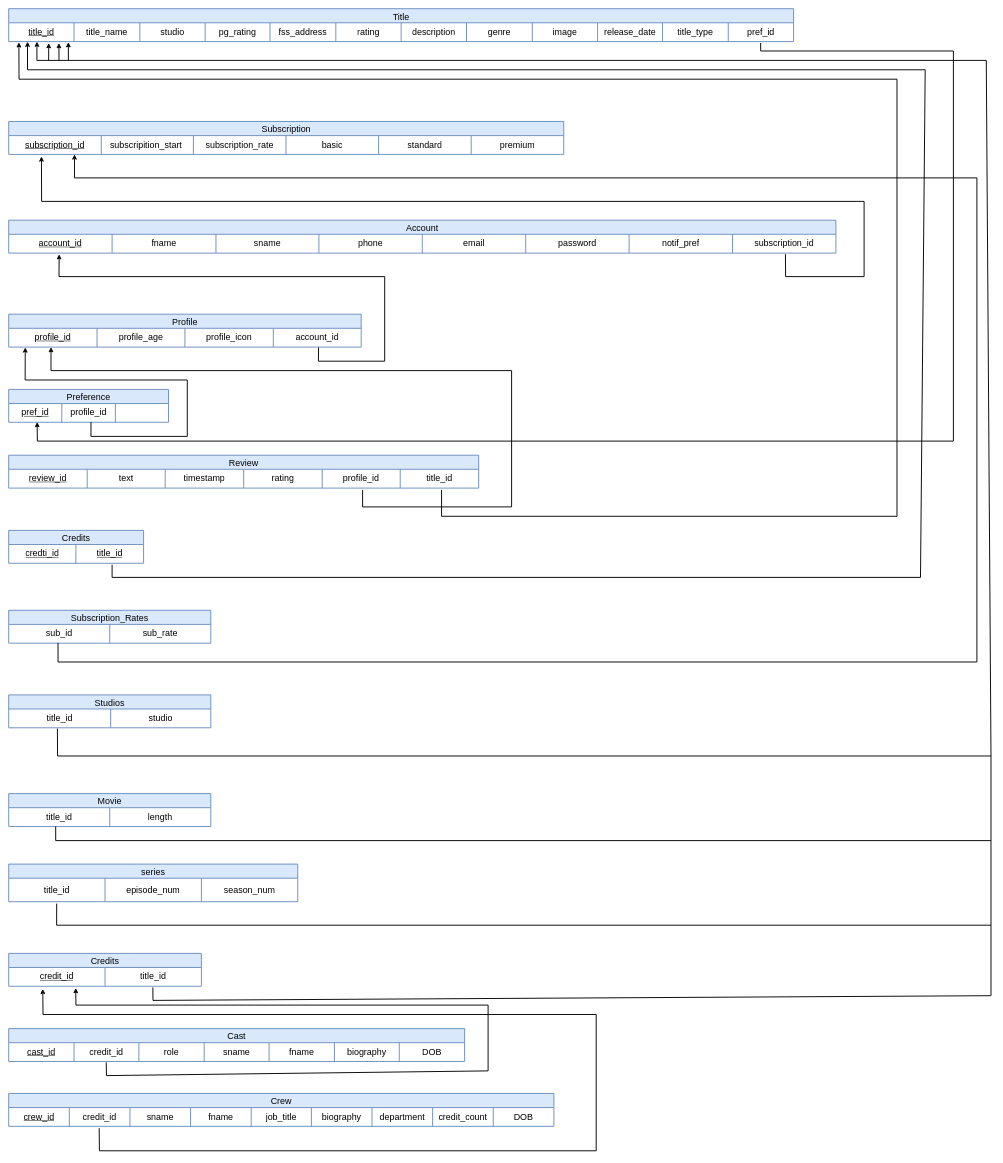
This is Relational Mapping/RelationalModel.drawio from DJRamsay/COS221-Hoop, a draw.io file, before an edit. Source tidied: cells renumbered, new cells numbered last; positions are measured from the earlier drawing's top-left corner, leaving out a move shared by most shapes. Both pictures are drawn from the tidied source at 47%, with x=0, y=0 at pixel (8, 8).
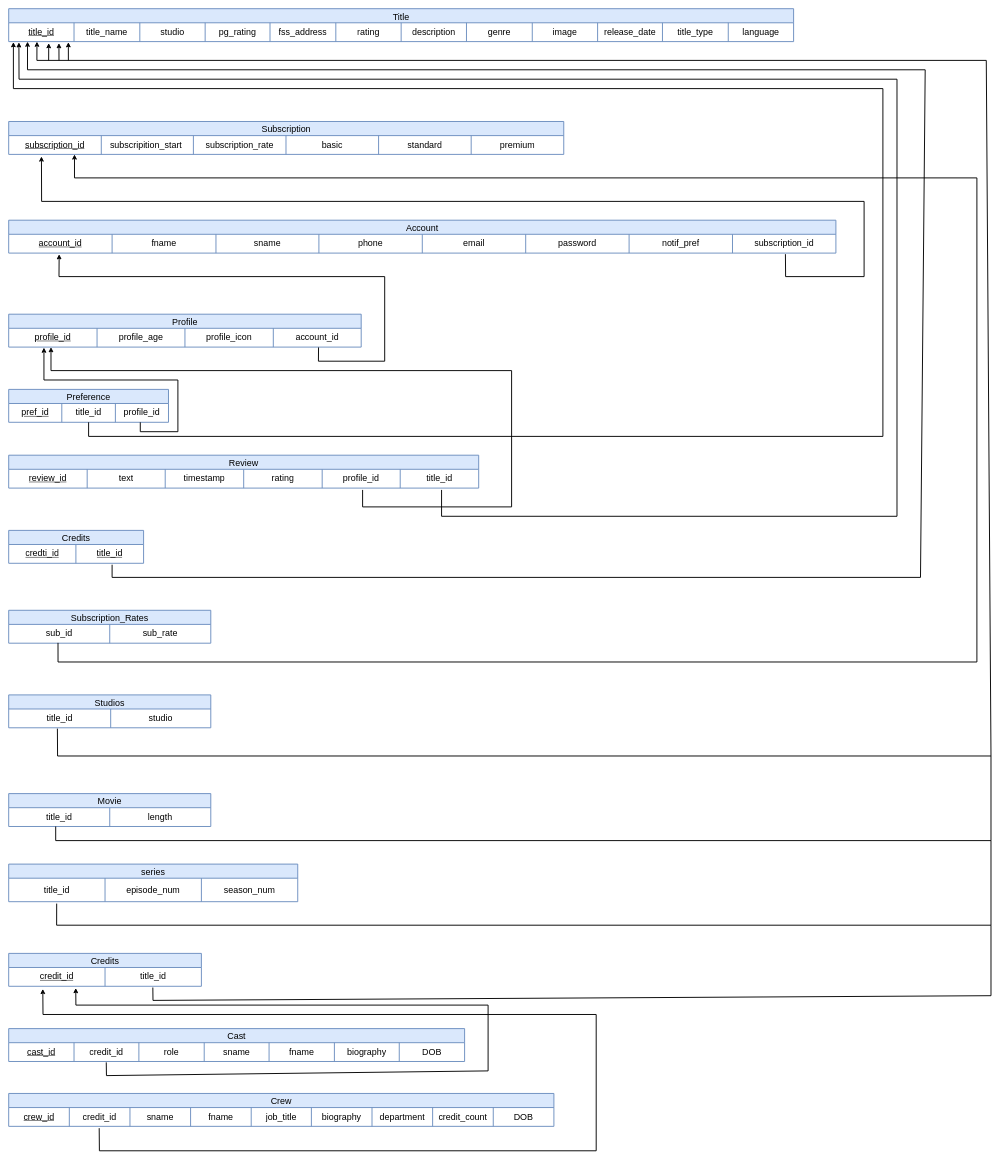
After the change.

The change refers to these unchanged cells:
```xml
<mxCell id="23" style="shape=tableRow;horizontal=0;startSize=0;swimlaneHead=0;swimlaneBody=0;strokeColor=inherit;top=0;left=0;bottom=0;right=0;fillColor=none;points=[[0,0.5],[1,0.5]];portConstraint=eastwest;fontSize=19;strokeWidth=2;" parent="22" vertex="1">
  <mxGeometry y="30" width="1670" height="40" as="geometry" />
</mxCell>
<mxCell id="36" value="Preference" style="shape=table;startSize=30;childLayout=tableLayout;strokeColor=#6c8ebf;fontSize=19;strokeWidth=2;fillColor=#dae8fc;" parent="1" vertex="1">
  <mxGeometry y="810" width="340" height="70" as="geometry" />
</mxCell>
<mxCell id="37" style="shape=tableRow;horizontal=0;startSize=0;swimlaneHead=0;swimlaneBody=0;strokeColor=inherit;top=0;left=0;bottom=0;right=0;fillColor=none;points=[[0,0.5],[1,0.5]];portConstraint=eastwest;fontSize=19;strokeWidth=2;" parent="36" vertex="1">
  <mxGeometry y="30" width="340" height="40" as="geometry" />
</mxCell>
<mxCell id="52" style="shape=tableRow;horizontal=0;startSize=0;swimlaneHead=0;swimlaneBody=0;strokeColor=inherit;top=0;left=0;bottom=0;right=0;fillColor=none;points=[[0,0.5],[1,0.5]];portConstraint=eastwest;fontSize=19;strokeWidth=2;" parent="51" vertex="1">
  <mxGeometry y="30" width="750" height="40" as="geometry" />
</mxCell>
```

What changed in the source:
```diff
@@
-    <mxCell id="35" value="pref_id" style="shape=partialRectangle;html=1;whiteSpace=wrap;strokeColor=inherit;overflow=hidden;fillColor=none;top=0;left=0;bottom=0;right=0;fontSize=19;strokeWidth=2;" parent="23" vertex="1">
+    <mxCell id="35" value="language" style="shape=partialRectangle;html=1;whiteSpace=wrap;strokeColor=inherit;overflow=hidden;fillColor=none;top=0;left=0;bottom=0;right=0;fontSize=19;strokeWidth=2;" parent="23" vertex="1">
       <mxGeometry x="1531" width="139" height="40" as="geometry" />
     </mxCell>
@@
-    <mxCell id="39" value="profile_id" style="shape=partialRectangle;html=1;whiteSpace=wrap;strokeColor=inherit;overflow=hidden;fillColor=none;top=0;left=0;bottom=0;right=0;fontSize=19;strokeWidth=2;" parent="37" vertex="1">
+    <mxCell id="39" value="title_id" style="shape=partialRectangle;html=1;whiteSpace=wrap;strokeColor=inherit;overflow=hidden;fillColor=none;top=0;left=0;bottom=0;right=0;fontSize=19;strokeWidth=2;" parent="37" vertex="1">
       <mxGeometry x="113" width="114" height="40" as="geometry" />
     </mxCell>
-    <mxCell id="40" style="shape=partialRectangle;html=1;whiteSpace=wrap;strokeColor=inherit;overflow=hidden;fillColor=none;top=0;left=0;bottom=0;right=0;fontSize=19;strokeWidth=2;" parent="37" vertex="1">
+    <mxCell id="40" value="profile_id" style="shape=partialRectangle;html=1;whiteSpace=wrap;strokeColor=inherit;overflow=hidden;fillColor=none;top=0;left=0;bottom=0;right=0;fontSize=19;strokeWidth=2;" parent="37" vertex="1">
       <mxGeometry x="227" width="113" height="40" as="geometry" />
     </mxCell>
@@
-    <mxCell id="66" style="endArrow=classic;html=1;rounded=0;exitX=0.515;exitY=0.986;exitDx=0;exitDy=0;exitPerimeter=0;entryX=0.047;entryY=1.018;entryDx=0;entryDy=0;entryPerimeter=0;fontSize=19;strokeWidth=2;" parent="1" edge="1" source="37" target="52">
-      <mxGeometry relative="1" as="geometry">
-        <Array as="points">
-          <mxPoint x="175" y="910" />
-          <mxPoint x="380" y="910" />
-          <mxPoint x="380" y="790" />
-          <mxPoint x="35" y="790" />
-        </Array>
-      </mxGeometry>
-    </mxCell>
@@
-    <mxCell id="70" style="endArrow=classic;html=1;rounded=0;exitX=0.958;exitY=1.077;exitDx=0;exitDy=0;exitPerimeter=0;entryX=0.178;entryY=0.986;entryDx=0;entryDy=0;entryPerimeter=0;fontSize=19;strokeWidth=2;" parent="1" edge="1" source="23" target="37">
-      <mxGeometry relative="1" as="geometry">
-        <Array as="points">
-          <mxPoint x="1600" y="90" />
-          <mxPoint x="2010" y="90" />
-          <mxPoint x="2010" y="920" />
-          <mxPoint x="61" y="920" />
-        </Array>
-      </mxGeometry>
-    </mxCell>
@@
+    <mxCell id="115" style="edgeStyle=orthogonalEdgeStyle;rounded=0;jettySize=auto;html=1;strokeWidth=2;" parent="1" edge="1" source="36">
+      <mxGeometry relative="1" as="geometry">
+        <mxPoint x="10" y="71" as="targetPoint" />
+        <Array as="points">
+          <mxPoint x="170" y="910" />
+          <mxPoint x="1860" y="910" />
+          <mxPoint x="1860" y="170" />
+          <mxPoint x="10" y="170" />
+          <mxPoint x="10" y="71" />
+        </Array>
+      </mxGeometry>
+    </mxCell>
+    <mxCell id="66" style="edgeStyle=orthogonalEdgeStyle;rounded=0;jettySize=auto;html=1;entryX=0.1;entryY=1.025;entryDx=0;entryDy=0;entryPerimeter=0;strokeWidth=2;" parent="1" edge="1" source="37" target="52">
+      <mxGeometry relative="1" as="geometry">
+        <Array as="points">
+          <mxPoint x="280" y="900" />
+          <mxPoint x="360" y="900" />
+          <mxPoint x="360" y="790" />
+          <mxPoint x="75" y="790" />
+        </Array>
+      </mxGeometry>
+    </mxCell>
```
